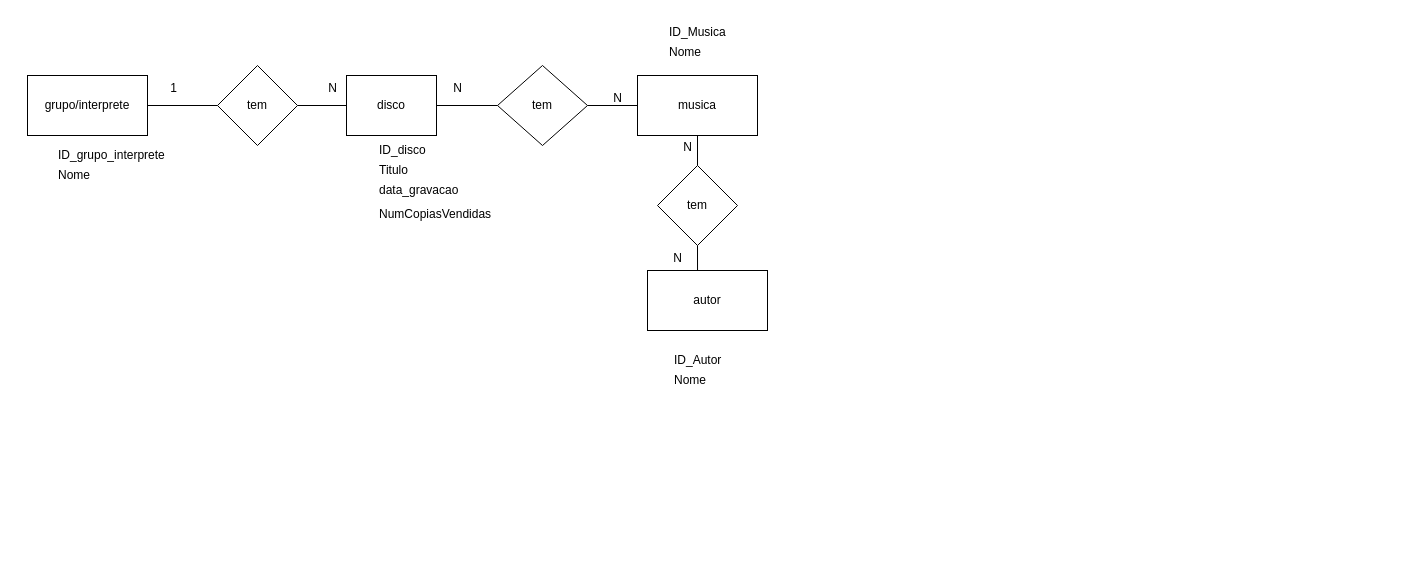
Above: BDC/PL01 next/Ex4.drawio in AnaCarvalho77/Cesae_SoftwareDeveloper (draw.io), before the change. Source tidied: cells renumbered, new cells numbered last; positions are measured from the earlier drawing's top-left corner, leaving out a move shared by most shapes. Both pictures are drawn from the tidied source at 100%, with x=0, y=0 at pixel (27, 17).
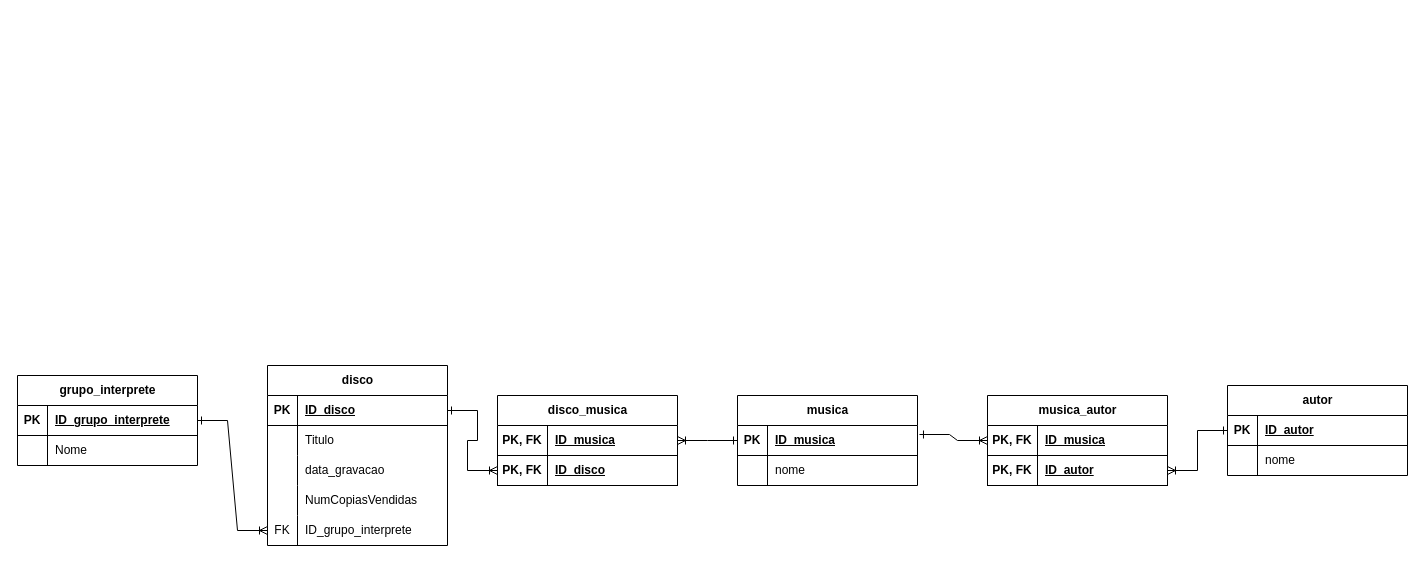
Above is the later version.

The edit, as a diff of the source:
```diff
@@
-    <mxCell id="2" value="grupo/interprete" style="rounded=0;whiteSpace=wrap;html=1;" parent="1" vertex="1">
-      <mxGeometry y="58" width="120" height="60" as="geometry" />
-    </mxCell>
+    <mxCell id="31" value="grupo_interprete" style="shape=table;startSize=30;childLayout=tableLayout;rowLines=0;fontStyle=1;align=center;html=1;" parent="1" vertex="1">
+      <mxGeometry x="-10" y="358" width="180" height="90" as="geometry" />
+    </mxCell>
+    <mxCell id="32" style="shape=tableRow;horizontal=0;startSize=0;swimlaneHead=0;swimlaneBody=0;fillColor=none;points=[[0,0.5],[1,0.5]];portConstraint=eastwest;top=0;left=0;right=0;bottom=1;" parent="31" vertex="1">
+      <mxGeometry y="30" width="180" height="30" as="geometry" />
+    </mxCell>
+    <mxCell id="33" value="PK" style="shape=partialRectangle;fillColor=none;top=0;left=0;bottom=0;right=0;fontStyle=1;overflow=hidden;whiteSpace=wrap;html=1;" parent="32" vertex="1">
+      <mxGeometry width="30" height="30" as="geometry" />
+    </mxCell>
+    <mxCell id="34" value="ID_grupo_interprete" style="shape=partialRectangle;fillColor=none;top=0;left=0;bottom=0;right=0;align=left;spacingLeft=6;fontStyle=5;overflow=hidden;whiteSpace=wrap;html=1;" parent="32" vertex="1">
+      <mxGeometry x="30" width="150" height="30" as="geometry" />
+    </mxCell>
+    <mxCell id="35" style="shape=tableRow;horizontal=0;startSize=0;swimlaneHead=0;swimlaneBody=0;fillColor=none;top=0;left=0;right=0;bottom=0;" parent="31" vertex="1">
+      <mxGeometry y="60" width="180" height="30" as="geometry" />
+    </mxCell>
+    <mxCell id="36" style="shape=partialRectangle;fillColor=none;top=0;left=0;bottom=0;right=0;overflow=hidden;whiteSpace=wrap;html=1;" parent="35" vertex="1">
+      <mxGeometry width="30" height="30" as="geometry" />
+    </mxCell>
+    <mxCell id="37" value="Nome" style="shape=partialRectangle;fillColor=none;top=0;left=0;bottom=0;right=0;align=left;spacingLeft=6;overflow=hidden;whiteSpace=wrap;html=1;" parent="35" vertex="1">
+      <mxGeometry x="30" width="150" height="30" as="geometry" />
+    </mxCell>
+    <mxCell id="4" value="disco" style="shape=table;startSize=30;childLayout=tableLayout;rowLines=0;fontStyle=1;align=center;html=1;" parent="1" vertex="1">
+      <mxGeometry x="240" y="348" width="180" height="180" as="geometry" />
+    </mxCell>
+    <mxCell id="38" style="shape=tableRow;horizontal=0;startSize=0;swimlaneHead=0;swimlaneBody=0;fillColor=none;points=[[0,0.5],[1,0.5]];portConstraint=eastwest;top=0;left=0;right=0;bottom=1;" parent="4" vertex="1">
+      <mxGeometry y="30" width="180" height="30" as="geometry" />
+    </mxCell>
+    <mxCell id="39" value="PK" style="shape=partialRectangle;fillColor=none;top=0;left=0;bottom=0;right=0;fontStyle=1;overflow=hidden;whiteSpace=wrap;html=1;" parent="38" vertex="1">
+      <mxGeometry width="30" height="30" as="geometry" />
+    </mxCell>
+    <mxCell id="40" value="ID_disco" style="shape=partialRectangle;fillColor=none;top=0;left=0;bottom=0;right=0;align=left;spacingLeft=6;fontStyle=5;overflow=hidden;whiteSpace=wrap;html=1;" parent="38" vertex="1">
+      <mxGeometry x="30" width="150" height="30" as="geometry" />
+    </mxCell>
+    <mxCell id="41" style="shape=tableRow;horizontal=0;startSize=0;swimlaneHead=0;swimlaneBody=0;fillColor=none;top=0;left=0;right=0;bottom=0;" parent="4" vertex="1">
+      <mxGeometry y="60" width="180" height="30" as="geometry" />
+    </mxCell>
+    <mxCell id="42" style="shape=partialRectangle;fillColor=none;top=0;left=0;bottom=0;right=0;overflow=hidden;whiteSpace=wrap;html=1;" parent="41" vertex="1">
+      <mxGeometry width="30" height="30" as="geometry" />
+    </mxCell>
+    <mxCell id="12" value="Titulo" style="shape=partialRectangle;fillColor=none;top=0;left=0;bottom=0;right=0;align=left;spacingLeft=6;overflow=hidden;whiteSpace=wrap;html=1;" parent="41" vertex="1">
+      <mxGeometry x="30" width="150" height="30" as="geometry" />
+    </mxCell>
+    <mxCell id="43" style="shape=tableRow;horizontal=0;startSize=0;swimlaneHead=0;swimlaneBody=0;fillColor=none;top=0;left=0;right=0;bottom=0;" parent="4" vertex="1">
+      <mxGeometry y="90" width="180" height="30" as="geometry" />
+    </mxCell>
+    <mxCell id="44" style="shape=partialRectangle;fillColor=none;top=0;left=0;bottom=0;right=0;overflow=hidden;whiteSpace=wrap;html=1;" parent="43" vertex="1">
+      <mxGeometry width="30" height="30" as="geometry" />
+    </mxCell>
+    <mxCell id="13" value="data_gravacao" style="shape=partialRectangle;fillColor=none;top=0;left=0;bottom=0;right=0;align=left;spacingLeft=6;overflow=hidden;whiteSpace=wrap;html=1;" parent="43" vertex="1">
+      <mxGeometry x="30" width="150" height="30" as="geometry" />
+    </mxCell>
+    <mxCell id="45" style="shape=tableRow;horizontal=0;startSize=0;swimlaneHead=0;swimlaneBody=0;fillColor=none;top=0;left=0;right=0;bottom=0;" parent="4" vertex="1">
+      <mxGeometry y="120" width="180" height="30" as="geometry" />
+    </mxCell>
+    <mxCell id="46" style="shape=partialRectangle;fillColor=none;top=0;left=0;bottom=0;right=0;overflow=hidden;whiteSpace=wrap;html=1;" parent="45" vertex="1">
+      <mxGeometry width="30" height="30" as="geometry" />
+    </mxCell>
+    <mxCell id="21" value="NumCopiasVendidas" style="shape=partialRectangle;fillColor=none;top=0;left=0;bottom=0;right=0;align=left;spacingLeft=6;overflow=hidden;whiteSpace=wrap;html=1;" parent="45" vertex="1">
+      <mxGeometry x="30" width="150" height="30" as="geometry" />
+    </mxCell>
+    <mxCell id="47" style="shape=tableRow;horizontal=0;startSize=0;swimlaneHead=0;swimlaneBody=0;fillColor=none;points=[[0,0.5],[1,0.5]];portConstraint=eastwest;top=0;left=0;right=0;bottom=0;" parent="4" vertex="1">
+      <mxGeometry y="150" width="180" height="30" as="geometry" />
+    </mxCell>
+    <mxCell id="48" value="FK" style="shape=partialRectangle;fillColor=none;top=0;left=0;bottom=0;right=0;overflow=hidden;whiteSpace=wrap;html=1;" parent="47" vertex="1">
+      <mxGeometry width="30" height="30" as="geometry" />
+    </mxCell>
+    <mxCell id="49" value="ID_grupo_interprete" style="shape=partialRectangle;fillColor=none;top=0;left=0;bottom=0;right=0;align=left;spacingLeft=6;overflow=hidden;whiteSpace=wrap;html=1;" parent="47" vertex="1">
+      <mxGeometry x="30" width="150" height="30" as="geometry" />
+    </mxCell>
+    <mxCell id="50" value="disco_musica" style="shape=table;startSize=30;childLayout=tableLayout;rowLines=0;fontStyle=1;align=center;html=1;" parent="1" vertex="1">
+      <mxGeometry x="470" y="378" width="180" height="90" as="geometry" />
+    </mxCell>
+    <mxCell id="51" style="shape=tableRow;horizontal=0;startSize=0;swimlaneHead=0;swimlaneBody=0;fillColor=none;points=[[0,0.5],[1,0.5]];portConstraint=eastwest;top=0;left=0;right=0;bottom=1;" parent="50" vertex="1">
+      <mxGeometry y="30" width="180" height="30" as="geometry" />
+    </mxCell>
+    <mxCell id="52" value="PK, FK" style="shape=partialRectangle;fillColor=none;top=0;left=0;bottom=0;right=0;fontStyle=1;overflow=hidden;whiteSpace=wrap;html=1;" parent="51" vertex="1">
+      <mxGeometry width="50" height="30" as="geometry" />
+    </mxCell>
+    <mxCell id="53" value="ID_musica" style="shape=partialRectangle;fillColor=none;top=0;left=0;bottom=0;right=0;align=left;spacingLeft=6;fontStyle=5;overflow=hidden;whiteSpace=wrap;html=1;" parent="51" vertex="1">
+      <mxGeometry x="50" width="130" height="30" as="geometry" />
+    </mxCell>
+    <mxCell id="54" style="shape=tableRow;horizontal=0;startSize=0;swimlaneHead=0;swimlaneBody=0;fillColor=none;points=[[0,0.5],[1,0.5]];portConstraint=eastwest;top=0;left=0;right=0;bottom=1;" parent="50" vertex="1">
+      <mxGeometry y="60" width="180" height="30" as="geometry" />
+    </mxCell>
+    <mxCell id="55" value="PK, FK" style="shape=partialRectangle;fillColor=none;top=0;left=0;bottom=0;right=0;fontStyle=1;overflow=hidden;whiteSpace=wrap;html=1;" parent="54" vertex="1">
+      <mxGeometry width="50" height="30" as="geometry" />
+    </mxCell>
+    <mxCell id="56" value="ID_disco" style="shape=partialRectangle;fillColor=none;top=0;left=0;bottom=0;right=0;align=left;spacingLeft=6;fontStyle=5;overflow=hidden;whiteSpace=wrap;html=1;" parent="54" vertex="1">
+      <mxGeometry x="50" width="130" height="30" as="geometry" />
+    </mxCell>
-    <mxCell id="3" value="musica" style="rounded=0;whiteSpace=wrap;html=1;" parent="1" vertex="1">
-      <mxGeometry x="610" y="58" width="120" height="60" as="geometry" />
+    <mxCell id="3" value="musica" style="shape=table;startSize=30;childLayout=tableLayout;rowLines=0;fontStyle=1;align=center;html=1;" parent="1" vertex="1">
+      <mxGeometry x="710" y="378" width="180" height="90" as="geometry" />
     </mxCell>
-    <mxCell id="4" value="disco" style="rounded=0;whiteSpace=wrap;html=1;" parent="1" vertex="1">
-      <mxGeometry x="319" y="58" width="90" height="60" as="geometry" />
-    </mxCell>
-    <mxCell id="5" value="tem" style="rhombus;whiteSpace=wrap;html=1;" parent="1" vertex="1">
-      <mxGeometry x="190" y="48" width="80" height="80" as="geometry" />
-    </mxCell>
-    <mxCell id="6" style="endArrow=none;html=1;rounded=0;exitX=0;exitY=0.5;exitDx=0;exitDy=0;entryX=1;entryY=0.5;entryDx=0;entryDy=0;" parent="1" edge="1" source="5" target="2">
-      <mxGeometry relative="1" as="geometry" />
-    </mxCell>
-    <mxCell id="7" style="endArrow=none;html=1;rounded=0;exitX=1;exitY=0.5;exitDx=0;exitDy=0;" parent="1" edge="1" source="5" target="4">
-      <mxGeometry relative="1" as="geometry" />
-    </mxCell>
-    <mxCell id="8" value="1" style="text;html=1;align=center;verticalAlign=middle;strokeColor=none;fillColor=none;" parent="1" vertex="1">
-      <mxGeometry x="131" y="56" width="30" height="30" as="geometry" />
-    </mxCell>
-    <mxCell id="9" value="ID_grupo_interprete" style="text;html=1;align=left;verticalAlign=middle;strokeColor=none;fillColor=none;" parent="1" vertex="1">
-      <mxGeometry x="29" y="123" width="130" height="30" as="geometry" />
-    </mxCell>
-    <mxCell id="10" value="Nome" style="text;html=1;align=left;verticalAlign=middle;strokeColor=none;fillColor=none;" parent="1" vertex="1">
-      <mxGeometry x="29" y="143" width="60" height="30" as="geometry" />
-    </mxCell>
-    <mxCell id="11" value="ID_disco" style="text;html=1;align=left;verticalAlign=middle;strokeColor=none;fillColor=none;" parent="1" vertex="1">
-      <mxGeometry x="350" y="118" width="70" height="30" as="geometry" />
-    </mxCell>
-    <mxCell id="12" value="Titulo" style="text;html=1;align=left;verticalAlign=middle;strokeColor=none;fillColor=none;" parent="1" vertex="1">
-      <mxGeometry x="350" y="138" width="50" height="30" as="geometry" />
-    </mxCell>
-    <mxCell id="13" value="data_gravacao" style="text;html=1;align=left;verticalAlign=middle;strokeColor=none;fillColor=none;" parent="1" vertex="1">
-      <mxGeometry x="350" y="158" width="100" height="30" as="geometry" />
-    </mxCell>
-    <mxCell id="14" value="tem" style="rhombus;whiteSpace=wrap;html=1;" parent="1" vertex="1">
-      <mxGeometry x="470" y="48" width="90" height="80" as="geometry" />
-    </mxCell>
-    <mxCell id="15" style="endArrow=none;html=1;rounded=0;exitX=1;exitY=0.5;exitDx=0;exitDy=0;entryX=0;entryY=0.5;entryDx=0;entryDy=0;" parent="1" edge="1" source="14" target="3">
-      <mxGeometry relative="1" as="geometry" />
-    </mxCell>
-    <mxCell id="16" style="endArrow=none;html=1;rounded=0;exitX=0;exitY=0.5;exitDx=0;exitDy=0;entryX=1;entryY=0.5;entryDx=0;entryDy=0;" parent="1" edge="1" source="14" target="4">
-      <mxGeometry relative="1" as="geometry" />
-    </mxCell>
-    <mxCell id="17" value="Nome" style="text;html=1;align=left;verticalAlign=middle;strokeColor=none;fillColor=none;" parent="1" vertex="1">
-      <mxGeometry x="640" y="20" width="60" height="30" as="geometry" />
-    </mxCell>
-    <mxCell id="18" value="ID_Musica" style="text;html=1;align=left;verticalAlign=middle;strokeColor=none;fillColor=none;" parent="1" vertex="1">
-      <mxGeometry x="640" width="80" height="30" as="geometry" />
-    </mxCell>
-    <mxCell id="19" value="N" style="text;html=1;align=center;verticalAlign=middle;strokeColor=none;fillColor=none;" parent="1" vertex="1">
-      <mxGeometry x="415" y="56" width="30" height="30" as="geometry" />
-    </mxCell>
-    <mxCell id="20" value="N" style="text;html=1;align=center;verticalAlign=middle;strokeColor=none;fillColor=none;" parent="1" vertex="1">
-      <mxGeometry x="575" y="66" width="30" height="30" as="geometry" />
-    </mxCell>
-    <mxCell id="21" value="NumCopiasVendidas" style="text;html=1;align=left;verticalAlign=middle;strokeColor=none;fillColor=none;" parent="1" vertex="1">
-      <mxGeometry x="350" y="182" width="140" height="30" as="geometry" />
-    </mxCell>
+    <mxCell id="57" style="shape=tableRow;horizontal=0;startSize=0;swimlaneHead=0;swimlaneBody=0;fillColor=none;points=[[0,0.5],[1,0.5]];portConstraint=eastwest;top=0;left=0;right=0;bottom=1;" parent="3" vertex="1">
+      <mxGeometry y="30" width="180" height="30" as="geometry" />
+    </mxCell>
+    <mxCell id="58" value="PK" style="shape=partialRectangle;fillColor=none;top=0;left=0;bottom=0;right=0;fontStyle=1;overflow=hidden;whiteSpace=wrap;html=1;" parent="57" vertex="1">
+      <mxGeometry width="30" height="30" as="geometry" />
+    </mxCell>
+    <mxCell id="59" value="ID_musica" style="shape=partialRectangle;fillColor=none;top=0;left=0;bottom=0;right=0;align=left;spacingLeft=6;fontStyle=5;overflow=hidden;whiteSpace=wrap;html=1;" parent="57" vertex="1">
+      <mxGeometry x="30" width="150" height="30" as="geometry" />
+    </mxCell>
+    <mxCell id="60" style="shape=tableRow;horizontal=0;startSize=0;swimlaneHead=0;swimlaneBody=0;fillColor=none;top=0;left=0;right=0;bottom=0;" parent="3" vertex="1">
+      <mxGeometry y="60" width="180" height="30" as="geometry" />
+    </mxCell>
+    <mxCell id="61" style="shape=partialRectangle;fillColor=none;top=0;left=0;bottom=0;right=0;overflow=hidden;whiteSpace=wrap;html=1;" parent="60" vertex="1">
+      <mxGeometry width="30" height="30" as="geometry" />
+    </mxCell>
+    <mxCell id="62" value="nome" style="shape=partialRectangle;fillColor=none;top=0;left=0;bottom=0;right=0;align=left;spacingLeft=6;overflow=hidden;whiteSpace=wrap;html=1;" parent="60" vertex="1">
+      <mxGeometry x="30" width="150" height="30" as="geometry" />
+    </mxCell>
-    <mxCell id="22" value="autor" style="rounded=0;whiteSpace=wrap;html=1;" parent="1" vertex="1">
-      <mxGeometry x="620" y="253" width="120" height="60" as="geometry" />
+    <mxCell id="22" value="autor" style="shape=table;startSize=30;childLayout=tableLayout;rowLines=0;fontStyle=1;align=center;html=1;" parent="1" vertex="1">
+      <mxGeometry x="1200" y="368" width="180" height="90" as="geometry" />
     </mxCell>
-    <mxCell id="23" value="tem" style="rhombus;whiteSpace=wrap;html=1;" parent="1" vertex="1">
-      <mxGeometry x="630" y="148" width="80" height="80" as="geometry" />
-    </mxCell>
-    <mxCell id="24" style="endArrow=none;html=1;rounded=0;entryX=0.5;entryY=1;entryDx=0;entryDy=0;exitX=0.5;exitY=0;exitDx=0;exitDy=0;" parent="1" edge="1" source="23" target="3">
-      <mxGeometry relative="1" as="geometry" />
-    </mxCell>
-    <mxCell id="25" style="endArrow=none;html=1;rounded=0;entryX=0.5;entryY=1;entryDx=0;entryDy=0;exitX=0.417;exitY=0;exitDx=0;exitDy=0;exitPerimeter=0;" parent="1" edge="1" source="22" target="23">
-      <mxGeometry relative="1" as="geometry" />
-    </mxCell>
-    <mxCell id="26" value="N" style="text;html=1;align=center;verticalAlign=middle;strokeColor=none;fillColor=none;" parent="1" vertex="1">
-      <mxGeometry x="645" y="115" width="30" height="30" as="geometry" />
-    </mxCell>
-    <mxCell id="27" value="N" style="text;html=1;align=center;verticalAlign=middle;strokeColor=none;fillColor=none;" parent="1" vertex="1">
-      <mxGeometry x="635" y="226" width="30" height="30" as="geometry" />
-    </mxCell>
-    <mxCell id="28" value="N" style="text;html=1;align=center;verticalAlign=middle;strokeColor=none;fillColor=none;" parent="1" vertex="1">
-      <mxGeometry x="290" y="56" width="30" height="30" as="geometry" />
-    </mxCell>
-    <mxCell id="29" value="Nome" style="text;html=1;align=left;verticalAlign=middle;strokeColor=none;fillColor=none;" parent="1" vertex="1">
-      <mxGeometry x="645" y="348" width="60" height="30" as="geometry" />
-    </mxCell>
-    <mxCell id="30" value="ID_Autor" style="text;html=1;align=left;verticalAlign=middle;strokeColor=none;fillColor=none;" parent="1" vertex="1">
-      <mxGeometry x="645" y="328" width="70" height="30" as="geometry" />
-    </mxCell>
+    <mxCell id="63" style="shape=tableRow;horizontal=0;startSize=0;swimlaneHead=0;swimlaneBody=0;fillColor=none;points=[[0,0.5],[1,0.5]];portConstraint=eastwest;top=0;left=0;right=0;bottom=1;" parent="22" vertex="1">
+      <mxGeometry y="30" width="180" height="30" as="geometry" />
+    </mxCell>
+    <mxCell id="64" value="PK" style="shape=partialRectangle;fillColor=none;top=0;left=0;bottom=0;right=0;fontStyle=1;overflow=hidden;whiteSpace=wrap;html=1;" parent="63" vertex="1">
+      <mxGeometry width="30" height="30" as="geometry" />
+    </mxCell>
+    <mxCell id="65" value="ID_autor" style="shape=partialRectangle;fillColor=none;top=0;left=0;bottom=0;right=0;align=left;spacingLeft=6;fontStyle=5;overflow=hidden;whiteSpace=wrap;html=1;" parent="63" vertex="1">
+      <mxGeometry x="30" width="150" height="30" as="geometry" />
+    </mxCell>
+    <mxCell id="66" style="shape=tableRow;horizontal=0;startSize=0;swimlaneHead=0;swimlaneBody=0;fillColor=none;top=0;left=0;right=0;bottom=0;" parent="22" vertex="1">
+      <mxGeometry y="60" width="180" height="30" as="geometry" />
+    </mxCell>
+    <mxCell id="67" style="shape=partialRectangle;fillColor=none;top=0;left=0;bottom=0;right=0;overflow=hidden;whiteSpace=wrap;html=1;" parent="66" vertex="1">
+      <mxGeometry width="30" height="30" as="geometry" />
+    </mxCell>
+    <mxCell id="68" value="nome" style="shape=partialRectangle;fillColor=none;top=0;left=0;bottom=0;right=0;align=left;spacingLeft=6;overflow=hidden;whiteSpace=wrap;html=1;" parent="66" vertex="1">
+      <mxGeometry x="30" width="150" height="30" as="geometry" />
+    </mxCell>
+    <mxCell id="69" value="musica_autor" style="shape=table;startSize=30;childLayout=tableLayout;rowLines=0;fontStyle=1;align=center;html=1;" parent="1" vertex="1">
+      <mxGeometry x="960" y="378" width="180" height="90" as="geometry" />
+    </mxCell>
+    <mxCell id="70" style="shape=tableRow;horizontal=0;startSize=0;swimlaneHead=0;swimlaneBody=0;fillColor=none;points=[[0,0.5],[1,0.5]];portConstraint=eastwest;top=0;left=0;right=0;bottom=1;" parent="69" vertex="1">
+      <mxGeometry y="30" width="180" height="30" as="geometry" />
+    </mxCell>
+    <mxCell id="71" value="PK, FK" style="shape=partialRectangle;fillColor=none;top=0;left=0;bottom=0;right=0;fontStyle=1;overflow=hidden;whiteSpace=wrap;html=1;" parent="70" vertex="1">
+      <mxGeometry width="50" height="30" as="geometry" />
+    </mxCell>
+    <mxCell id="72" value="ID_musica" style="shape=partialRectangle;fillColor=none;top=0;left=0;bottom=0;right=0;align=left;spacingLeft=6;fontStyle=5;overflow=hidden;whiteSpace=wrap;html=1;" parent="70" vertex="1">
+      <mxGeometry x="50" width="130" height="30" as="geometry" />
+    </mxCell>
+    <mxCell id="73" style="shape=tableRow;horizontal=0;startSize=0;swimlaneHead=0;swimlaneBody=0;fillColor=none;points=[[0,0.5],[1,0.5]];portConstraint=eastwest;top=0;left=0;right=0;bottom=1;" parent="69" vertex="1">
+      <mxGeometry y="60" width="180" height="30" as="geometry" />
+    </mxCell>
+    <mxCell id="74" value="PK, FK" style="shape=partialRectangle;fillColor=none;top=0;left=0;bottom=0;right=0;fontStyle=1;overflow=hidden;whiteSpace=wrap;html=1;" parent="73" vertex="1">
+      <mxGeometry width="50" height="30" as="geometry" />
+    </mxCell>
+    <mxCell id="75" value="ID_autor" style="shape=partialRectangle;fillColor=none;top=0;left=0;bottom=0;right=0;align=left;spacingLeft=6;fontStyle=5;overflow=hidden;whiteSpace=wrap;html=1;" parent="73" vertex="1">
+      <mxGeometry x="50" width="130" height="30" as="geometry" />
+    </mxCell>
+    <mxCell id="76" style="edgeStyle=entityRelationEdgeStyle;fontSize=12;html=1;endArrow=ERoneToMany;rounded=0;exitX=1;exitY=0.5;exitDx=0;exitDy=0;entryX=0;entryY=0.5;entryDx=0;entryDy=0;startArrow=ERone;startFill=0;" parent="1" edge="1" source="32" target="47">
+      <mxGeometry relative="1" as="geometry" />
+    </mxCell>
+    <mxCell id="77" style="edgeStyle=entityRelationEdgeStyle;fontSize=12;html=1;endArrow=ERoneToMany;rounded=0;exitX=1;exitY=0.5;exitDx=0;exitDy=0;entryX=0;entryY=0.5;entryDx=0;entryDy=0;startArrow=ERone;startFill=0;" parent="1" edge="1" source="38" target="54">
+      <mxGeometry relative="1" as="geometry" />
+    </mxCell>
+    <mxCell id="78" style="edgeStyle=entityRelationEdgeStyle;fontSize=12;html=1;endArrow=ERoneToMany;rounded=0;exitX=0;exitY=0.5;exitDx=0;exitDy=0;entryX=1;entryY=0.5;entryDx=0;entryDy=0;startArrow=ERone;startFill=0;" parent="1" edge="1" source="57" target="51">
+      <mxGeometry relative="1" as="geometry" />
+    </mxCell>
+    <mxCell id="79" style="edgeStyle=entityRelationEdgeStyle;fontSize=12;html=1;endArrow=ERoneToMany;rounded=0;exitX=1.011;exitY=0.3;exitDx=0;exitDy=0;exitPerimeter=0;entryX=0;entryY=0.5;entryDx=0;entryDy=0;startArrow=ERone;startFill=0;" parent="1" edge="1" source="57" target="70">
+      <mxGeometry relative="1" as="geometry" />
+    </mxCell>
+    <mxCell id="80" style="edgeStyle=entityRelationEdgeStyle;fontSize=12;html=1;endArrow=ERoneToMany;rounded=0;startArrow=ERone;startFill=0;exitX=0;exitY=0.5;exitDx=0;exitDy=0;entryX=1;entryY=0.5;entryDx=0;entryDy=0;" parent="1" edge="1" source="63" target="73">
+      <mxGeometry relative="1" as="geometry" />
+    </mxCell>
```
